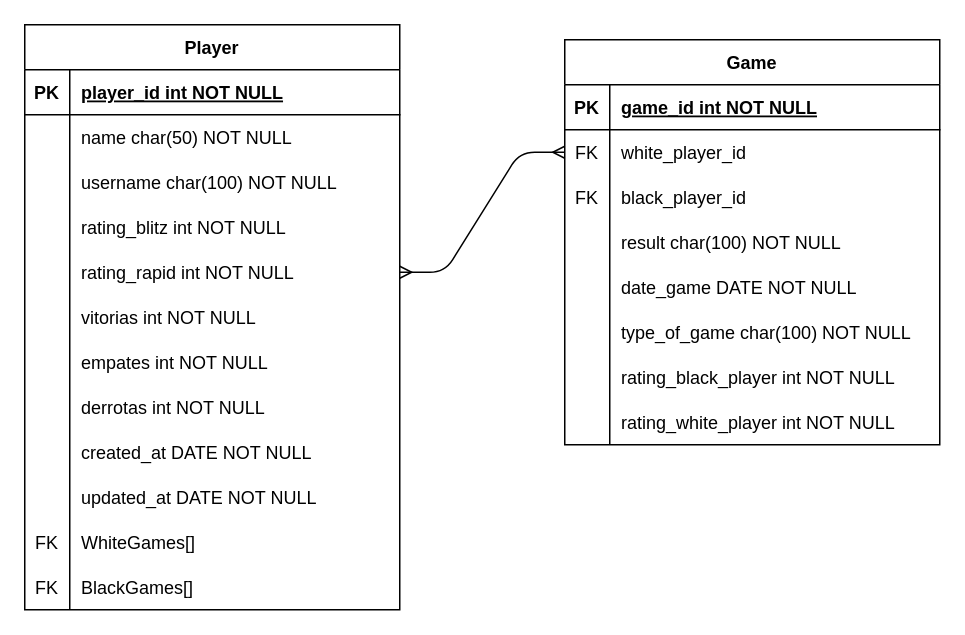
Earlier version of the draw.io diagram streetchessrecife.drawio (adrielldev/streetchessrecife-nest-ts). Source tidied: cells renumbered, new cells numbered last; positions are measured from the earlier drawing's top-left corner, leaving out a move shared by most shapes. Both pictures are drawn from the tidied source at 150%, with x=0, y=0 at pixel (24, 24).
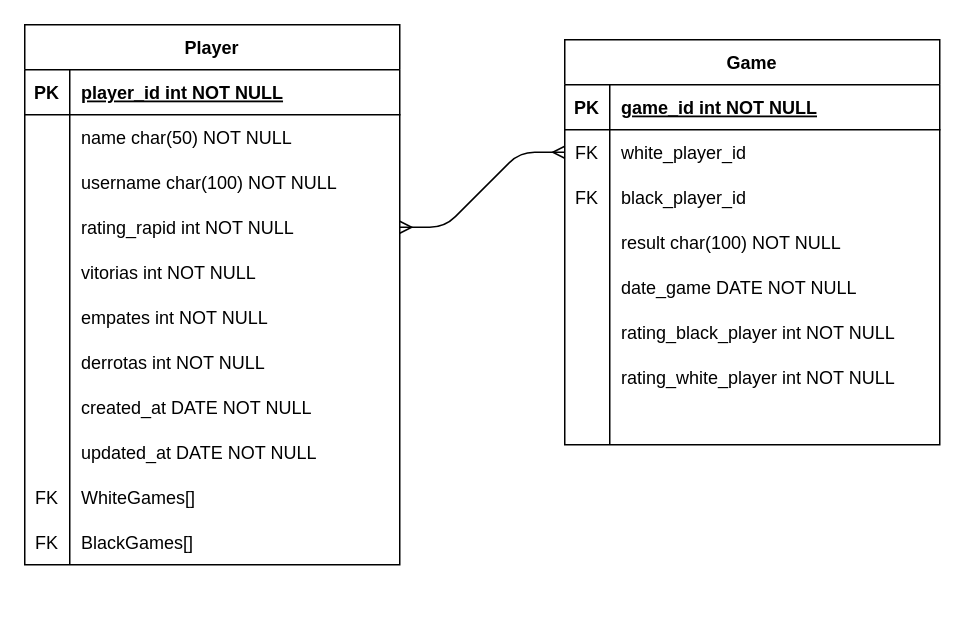
Above is the later version.

The change refers to these unchanged cells:
```xml
<mxCell id="39" value="Game" style="shape=table;startSize=30;childLayout=tableLayout;rowLines=0;fontStyle=1;align=center;" parent="1" vertex="1">
  <mxGeometry x="360" y="10" width="250" height="270" as="geometry" />
</mxCell>
```

Diff of the diagram source:
```diff
@@
     <mxCell id="2" value="Player" style="shape=table;startSize=30;childLayout=tableLayout;rowLines=0;fontStyle=1;align=center;" parent="1" vertex="1">
-      <mxGeometry width="250" height="390" as="geometry" />
+      <mxGeometry width="250" height="360" as="geometry" />
     </mxCell>
@@
-    <mxCell id="12" style="shape=partialRectangle;fillColor=none;top=0;left=0;right=0;bottom=0;" parent="2" vertex="1">
-      <mxGeometry y="120" width="250" height="30" as="geometry" />
-    </mxCell>
-    <mxCell id="13" style="shape=partialRectangle;overflow=hidden;fillColor=none;top=0;left=0;bottom=0;right=0;" parent="12" vertex="1">
-      <mxGeometry width="30" height="30" as="geometry" />
-    </mxCell>
-    <mxCell id="14" value="rating_blitz int NOT NULL" style="shape=partialRectangle;overflow=hidden;fillColor=none;top=0;left=0;bottom=0;right=0;align=left;spacingLeft=6;" parent="12" vertex="1">
-      <mxGeometry x="30" width="220" height="30" as="geometry" />
-    </mxCell>
     <mxCell id="15" style="shape=partialRectangle;fillColor=none;points=[[0,0.5],[1,0.5]];portConstraint=eastwest;top=0;left=0;right=0;bottom=0;" parent="2" vertex="1">
-      <mxGeometry y="150" width="250" height="30" as="geometry" />
+      <mxGeometry y="120" width="250" height="30" as="geometry" />
     </mxCell>
@@
     <mxCell id="18" style="shape=partialRectangle;fillColor=none;top=0;left=0;right=0;bottom=0;" parent="2" vertex="1">
-      <mxGeometry y="180" width="250" height="30" as="geometry" />
+      <mxGeometry y="150" width="250" height="30" as="geometry" />
     </mxCell>
@@
     <mxCell id="21" style="shape=partialRectangle;fillColor=none;top=0;left=0;right=0;bottom=0;" parent="2" vertex="1">
-      <mxGeometry y="210" width="250" height="30" as="geometry" />
+      <mxGeometry y="180" width="250" height="30" as="geometry" />
     </mxCell>
@@
     <mxCell id="24" style="shape=partialRectangle;fillColor=none;top=0;left=0;right=0;bottom=0;" parent="2" vertex="1">
-      <mxGeometry y="240" width="250" height="30" as="geometry" />
+      <mxGeometry y="210" width="250" height="30" as="geometry" />
     </mxCell>
@@
     <mxCell id="27" style="shape=partialRectangle;fillColor=none;top=0;left=0;right=0;bottom=0;" parent="2" vertex="1">
-      <mxGeometry y="270" width="250" height="30" as="geometry" />
+      <mxGeometry y="240" width="250" height="30" as="geometry" />
     </mxCell>
@@
     <mxCell id="30" style="shape=partialRectangle;fillColor=none;top=0;left=0;right=0;bottom=0;" parent="2" vertex="1">
-      <mxGeometry y="300" width="250" height="30" as="geometry" />
+      <mxGeometry y="270" width="250" height="30" as="geometry" />
     </mxCell>
@@
     <mxCell id="33" style="shape=partialRectangle;fillColor=none;top=0;left=0;right=0;bottom=0;" parent="2" vertex="1">
-      <mxGeometry y="330" width="250" height="30" as="geometry" />
+      <mxGeometry y="300" width="250" height="30" as="geometry" />
     </mxCell>
@@
     <mxCell id="36" style="shape=partialRectangle;fillColor=none;top=0;left=0;right=0;bottom=0;" parent="2" vertex="1">
-      <mxGeometry y="360" width="250" height="30" as="geometry" />
+      <mxGeometry y="330" width="250" height="30" as="geometry" />
     </mxCell>
@@
-    <mxCell id="55" style="shape=partialRectangle;fillColor=none;top=0;left=0;right=0;bottom=0;" parent="39" vertex="1">
-      <mxGeometry y="180" width="250" height="30" as="geometry" />
-    </mxCell>
-    <mxCell id="56" style="shape=partialRectangle;overflow=hidden;fillColor=none;top=0;left=0;bottom=0;right=0;" parent="55" vertex="1">
-      <mxGeometry width="30" height="30" as="geometry" />
-    </mxCell>
-    <mxCell id="57" value="type_of_game char(100) NOT NULL" style="shape=partialRectangle;overflow=hidden;fillColor=none;top=0;left=0;bottom=0;right=0;align=left;spacingLeft=6;" parent="55" vertex="1">
-      <mxGeometry x="30" width="220" height="30" as="geometry" />
-    </mxCell>
     <mxCell id="58" style="shape=partialRectangle;fillColor=none;top=0;left=0;right=0;bottom=0;" parent="39" vertex="1">
-      <mxGeometry y="210" width="250" height="30" as="geometry" />
+      <mxGeometry y="180" width="250" height="30" as="geometry" />
     </mxCell>
@@
     <mxCell id="61" style="shape=partialRectangle;fillColor=none;top=0;left=0;right=0;bottom=0;" parent="39" vertex="1">
-      <mxGeometry y="240" width="250" height="30" as="geometry" />
+      <mxGeometry y="210" width="250" height="30" as="geometry" />
     </mxCell>
@@
+    <mxCell id="55" style="shape=partialRectangle;fillColor=none;top=0;left=0;right=0;bottom=0;" parent="39" vertex="1">
+      <mxGeometry y="240" width="250" height="30" as="geometry" />
+    </mxCell>
+    <mxCell id="56" style="shape=partialRectangle;overflow=hidden;fillColor=none;top=0;left=0;bottom=0;right=0;" parent="55" vertex="1">
+      <mxGeometry width="30" height="30" as="geometry" />
+    </mxCell>
+    <mxCell id="57" style="shape=partialRectangle;overflow=hidden;fillColor=none;top=0;left=0;bottom=0;right=0;align=left;spacingLeft=6;" parent="55" vertex="1">
+      <mxGeometry x="30" width="220" height="30" as="geometry" />
+    </mxCell>
```
